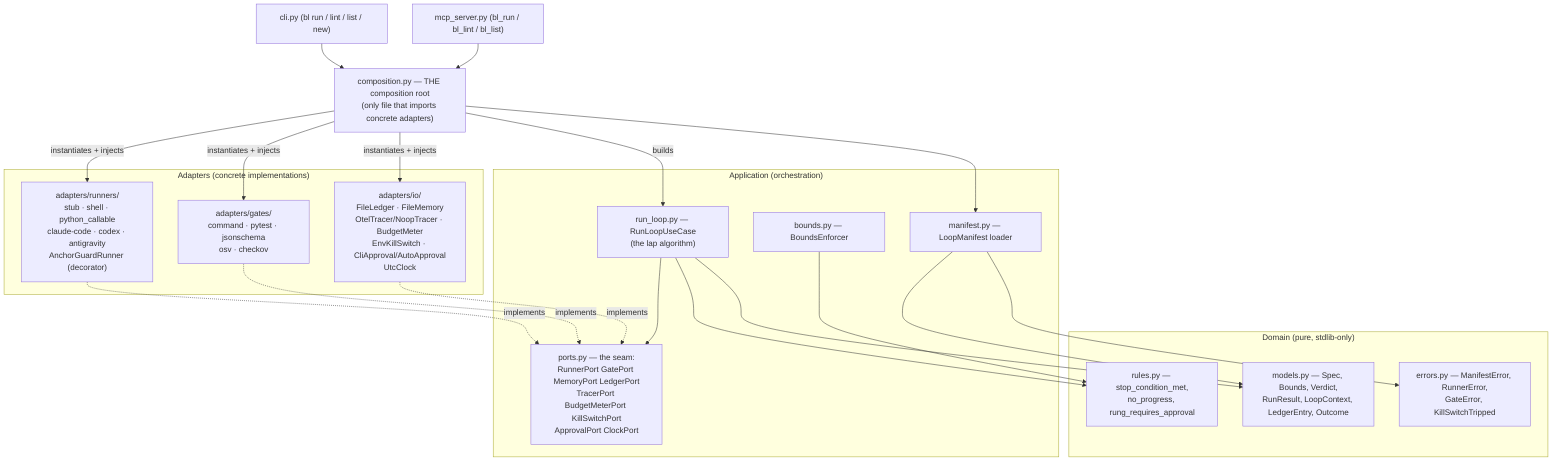
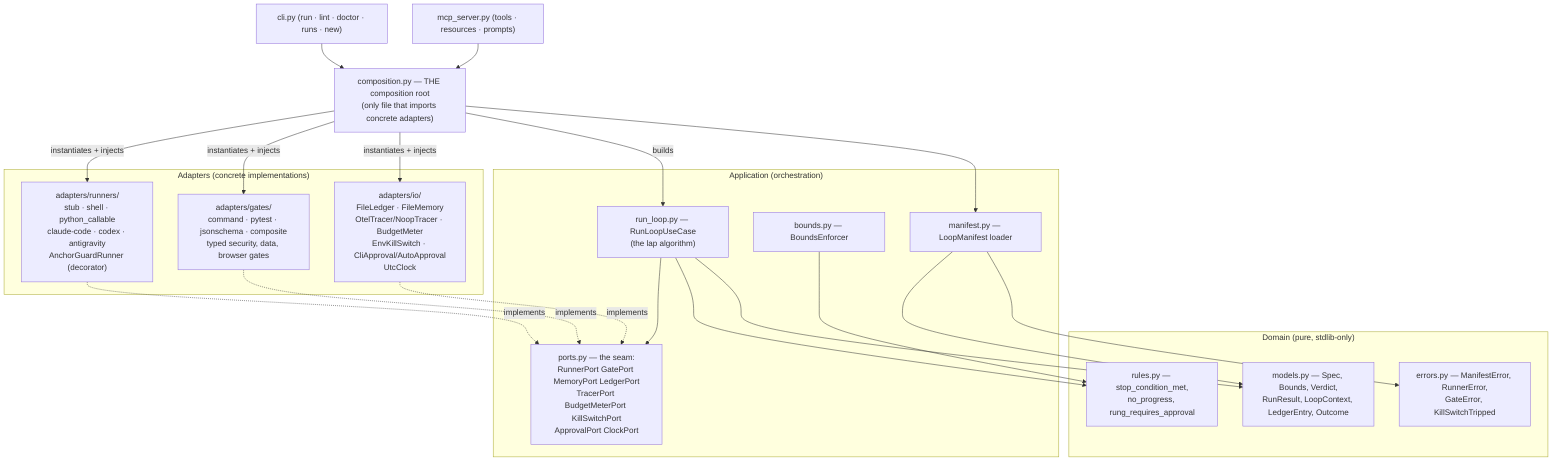
flowchart TB
    subgraph Domain["Domain (pure, stdlib-only)"]
        Models["models.py — Spec, Bounds, Verdict,\nRunResult, LoopContext, LedgerEntry, Outcome"]
        Rules["rules.py — stop_condition_met,\nno_progress, rung_requires_approval"]
        Errors["errors.py — ManifestError, RunnerError,\nGateError, KillSwitchTripped"]
    end

    subgraph Application["Application (orchestration)"]
        Ports["ports.py — the seam:\nRunnerPort GatePort MemoryPort LedgerPort\nTracerPort BudgetMeterPort KillSwitchPort\nApprovalPort ClockPort"]
        RunLoop["run_loop.py — RunLoopUseCase\n(the lap algorithm)"]
        Bounds["bounds.py — BoundsEnforcer"]
        Manifest["manifest.py — LoopManifest loader"]
    end

    subgraph Adapters["Adapters (concrete implementations)"]
        Runners["adapters/runners/\nstub · shell · python_callable\nclaude-code · codex · antigravity\nAnchorGuardRunner (decorator)"]
-         Gates["adapters/gates/\ncommand · pytest · jsonschema\nosv · checkov"]
+         Gates["adapters/gates/\ncommand · pytest · jsonschema · composite\ntyped security, data, browser gates"]
        IO["adapters/io/\nFileLedger · FileMemory\nOtelTracer/NoopTracer · BudgetMeter\nEnvKillSwitch · CliApproval/AutoApproval\nUtcClock"]
    end

    Composition["composition.py — THE composition root\n(only file that imports concrete adapters)"]

    RunLoop --> Ports
    RunLoop --> Rules
    RunLoop --> Models
    Bounds --> Rules
    Manifest --> Models
    Manifest --> Errors

    Runners -.implements.-> Ports
    Gates -.implements.-> Ports
    IO -.implements.-> Ports

    Composition -->|instantiates + injects| Runners
    Composition -->|instantiates + injects| Gates
    Composition -->|instantiates + injects| IO
    Composition -->|builds| RunLoop
    Composition --> Manifest

-     CLI["cli.py (bl run / lint / list / new)"] --> Composition
-     MCP["mcp_server.py (bl_run / bl_lint / bl_list)"] --> Composition
+     CLI["cli.py (run · lint · doctor · runs · new)"] --> Composition
+     MCP["mcp_server.py (tools · resources · prompts)"] --> Composition
